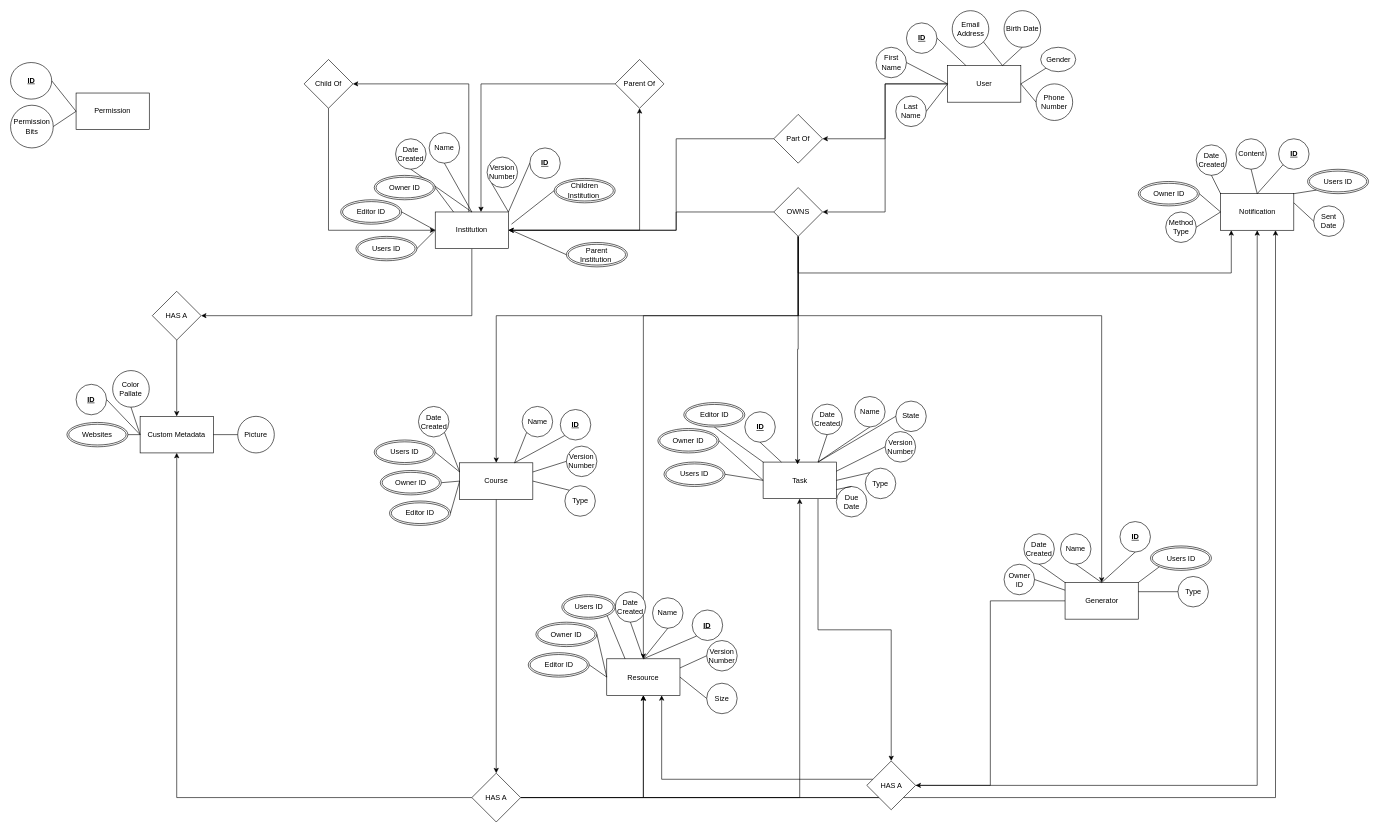
Apollo-LW/Apollo-LW keeps this draw.io diagram as diagrams/db/DatabaseER.drawio. Above is the earlier version. Source tidied: cells renumbered, new cells numbered last; positions are measured from the earlier drawing's top-left corner, leaving out a move shared by most shapes. Both pictures are drawn from the tidied source at 61%, with x=0, y=0 at pixel (10, 10).
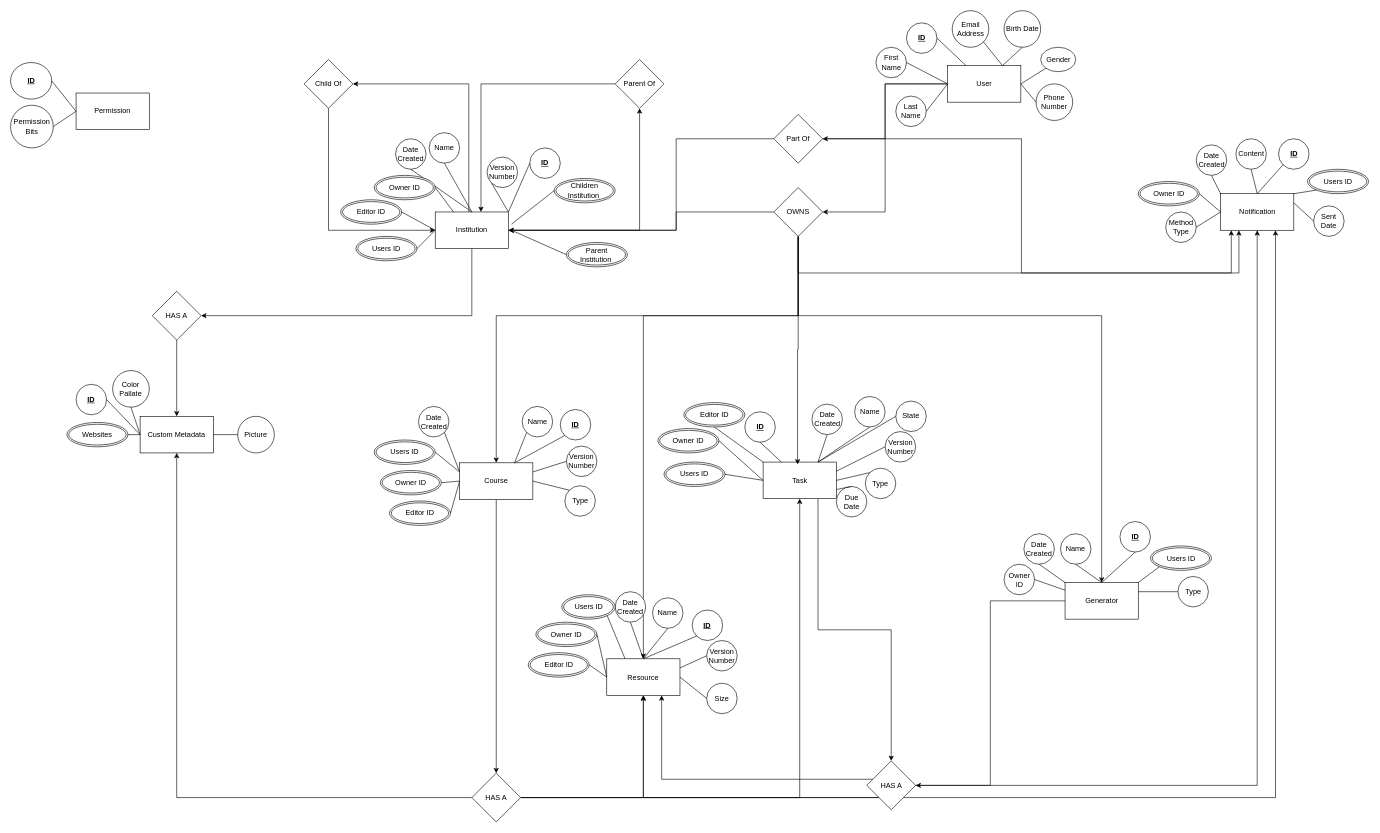
The same diagram, later.

Commit message:
Add Notification Relationships

The change refers to these unchanged cells:
```xml
<mxCell id="43" value="Notification" style="rounded=0;whiteSpace=wrap;html=1;" parent="1" vertex="1">
  <mxGeometry x="1983.5" y="300" width="120" height="60" as="geometry" />
</mxCell>
<mxCell id="124" value="Part Of" style="rhombus;whiteSpace=wrap;html=1;rounded=0;" parent="1" vertex="1">
  <mxGeometry x="1251" y="170" width="80" height="80" as="geometry" />
</mxCell>
```

What changed in the source:
```diff
@@
+    <mxCell id="165" style="edgeStyle=orthogonalEdgeStyle;rounded=0;jettySize=auto;html=1;entryX=0.25;entryY=1;entryDx=0;entryDy=0;" parent="1" edge="1" source="124" target="43">
+      <mxGeometry relative="1" as="geometry">
+        <Array as="points">
+          <mxPoint x="1657" y="210" />
+          <mxPoint x="1657" y="430" />
+          <mxPoint x="2014" y="430" />
+        </Array>
+      </mxGeometry>
+    </mxCell>
```
